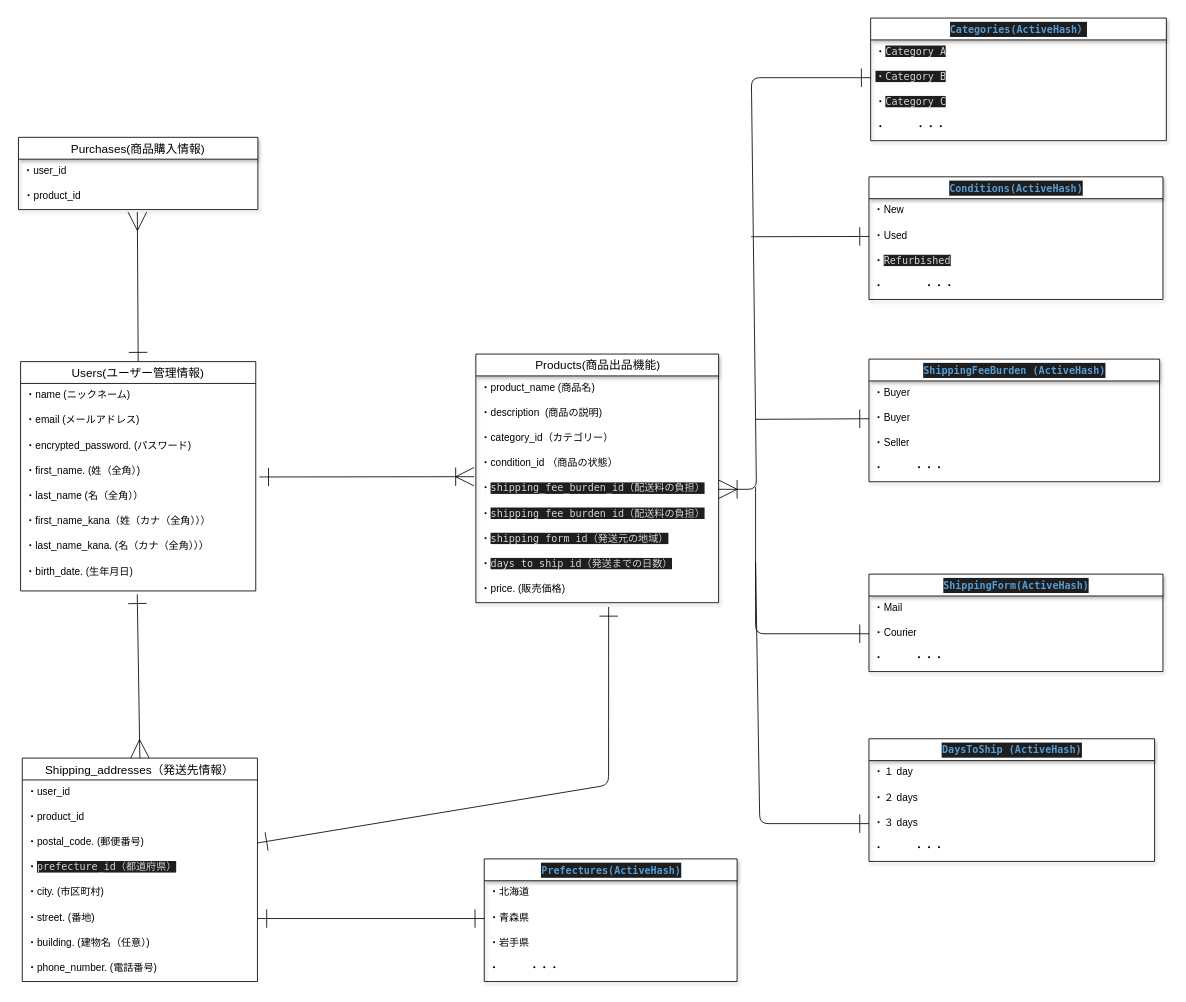
The draw.io diagram .dio in yoshi19841116/furima-39202, before the edit. Source tidied: cells renumbered, new cells numbered last; positions are measured from the earlier drawing's top-left corner, leaving out a move shared by most shapes. Both pictures are drawn from the tidied source at 84%, with x=0, y=0 at pixel (18, 18).
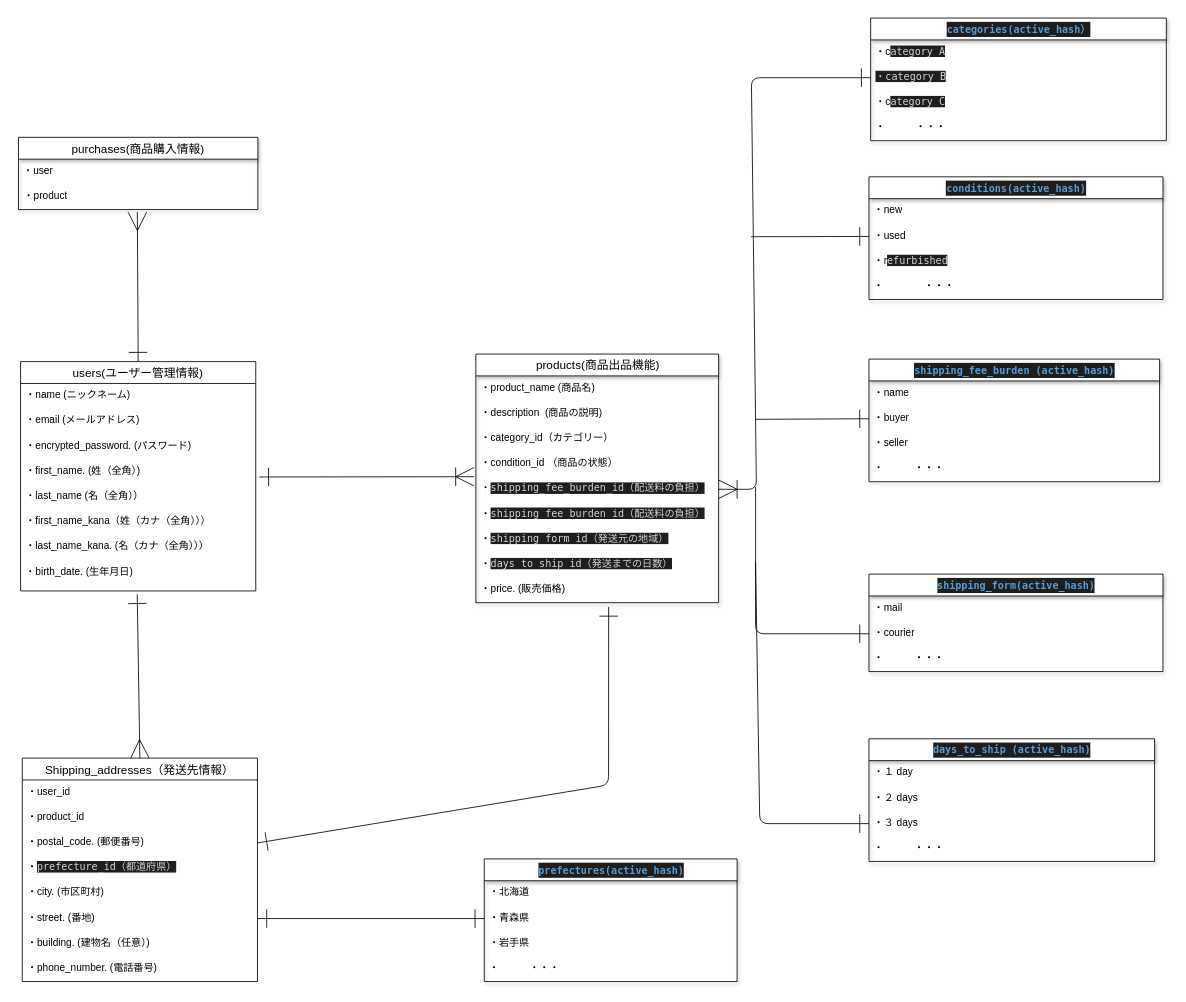
After the change.

Commit message (it also covers changes not shown here):
データベース設計の修正３

The edit, as a diff of the source:
```diff
@@
-    <mxCell id="3" value="Users(ユーザー管理情報)" style="swimlane;fontStyle=0;horizontal=1;startSize=26;align=center;fontSize=14;" parent="1" vertex="1">
+    <mxCell id="3" value="users(ユーザー管理情報)" style="swimlane;fontStyle=0;horizontal=1;startSize=26;align=center;fontSize=14;" parent="1" vertex="1">
       <mxGeometry x="2" y="409" width="280" height="273" as="geometry" />
     </mxCell>
@@
-    <mxCell id="12" value="Purchases(商品購入情報)" style="swimlane;fontStyle=0;horizontal=1;startSize=26;align=center;fontSize=14;shadow=1;" parent="1" vertex="1">
+    <mxCell id="12" value="purchases(商品購入情報)" style="swimlane;fontStyle=0;horizontal=1;startSize=26;align=center;fontSize=14;shadow=1;" parent="1" vertex="1">
       <mxGeometry x="-0.5" y="142" width="285" height="86" as="geometry" />
     </mxCell>
-    <mxCell id="13" value="・user_id  " style="text;strokeColor=none;fillColor=none;spacingLeft=4;spacingRight=4;overflow=hidden;fontSize=12;" parent="12" vertex="1">
+    <mxCell id="13" value="・user" style="text;strokeColor=none;fillColor=none;spacingLeft=4;spacingRight=4;overflow=hidden;fontSize=12;" parent="12" vertex="1">
       <mxGeometry y="26" width="285" height="30" as="geometry" />
     </mxCell>
-    <mxCell id="14" value="・product_id" style="text;strokeColor=none;fillColor=none;spacingLeft=4;spacingRight=4;overflow=hidden;fontSize=12;shadow=1;html=1;" parent="12" vertex="1">
+    <mxCell id="14" value="・product" style="text;strokeColor=none;fillColor=none;spacingLeft=4;spacingRight=4;overflow=hidden;fontSize=12;shadow=1;html=1;" parent="12" vertex="1">
       <mxGeometry y="56" width="285" height="30" as="geometry" />
     </mxCell>
@@
-    <mxCell id="26" value="Products(商品出品機能)" style="swimlane;fontStyle=0;horizontal=1;startSize=26;align=center;fontSize=14;shadow=1;html=1;" parent="1" vertex="1">
+    <mxCell id="26" value="products(商品出品機能)" style="swimlane;fontStyle=0;horizontal=1;startSize=26;align=center;fontSize=14;shadow=1;html=1;" parent="1" vertex="1">
       <mxGeometry x="544" y="400" width="289" height="296" as="geometry" />
     </mxCell>
@@
-    <mxCell id="36" value="&lt;div style=&quot;color: rgb(212, 212, 212); background-color: rgb(30, 30, 30); font-family: Menlo, Monaco, &amp;quot;Courier New&amp;quot;, monospace; font-size: 12px; line-height: 18px;&quot;&gt;&lt;span style=&quot;color: #569cd6;font-weight: bold;&quot;&gt;Categories(ActiveHash）&lt;/span&gt;&lt;/div&gt;" style="swimlane;fontStyle=0;horizontal=1;startSize=26;align=center;fontSize=14;shadow=1;html=1;" parent="1" vertex="1">
+    <mxCell id="36" value="&lt;div style=&quot;color: rgb(212, 212, 212); background-color: rgb(30, 30, 30); font-family: Menlo, Monaco, &amp;quot;Courier New&amp;quot;, monospace; font-size: 12px; line-height: 18px;&quot;&gt;&lt;span style=&quot;color: #569cd6;font-weight: bold;&quot;&gt;categories(active_hash）&lt;/span&gt;&lt;/div&gt;" style="swimlane;fontStyle=0;horizontal=1;startSize=26;align=center;fontSize=14;shadow=1;html=1;" parent="1" vertex="1">
       <mxGeometry x="1014" width="352" height="146" as="geometry" />
     </mxCell>
-    <mxCell id="37" value="・&lt;span style=&quot;background-color: rgb(30, 30, 30); color: rgb(212, 212, 212); font-family: Menlo, Monaco, &amp;quot;Courier New&amp;quot;, monospace;&quot;&gt;Category A&lt;/span&gt;" style="text;strokeColor=none;fillColor=none;spacingLeft=4;spacingRight=4;overflow=hidden;fontSize=12;shadow=1;html=1;" parent="36" vertex="1">
+    <mxCell id="37" value="・c&lt;span style=&quot;background-color: rgb(30, 30, 30); color: rgb(212, 212, 212); font-family: Menlo, Monaco, &amp;quot;Courier New&amp;quot;, monospace;&quot;&gt;ategory A&lt;/span&gt;" style="text;strokeColor=none;fillColor=none;spacingLeft=4;spacingRight=4;overflow=hidden;fontSize=12;shadow=1;html=1;" parent="36" vertex="1">
       <mxGeometry y="26" width="352" height="30" as="geometry" />
     </mxCell>
-    <mxCell id="38" value="&lt;span style=&quot;background-color: rgb(30, 30, 30); color: rgb(212, 212, 212); font-family: Menlo, Monaco, &amp;quot;Courier New&amp;quot;, monospace;&quot;&gt;・Category B&lt;/span&gt;" style="text;strokeColor=none;fillColor=none;spacingLeft=4;spacingRight=4;overflow=hidden;points=[[0,0.5],[1,0.5]];portConstraint=eastwest;fontSize=12;shadow=1;html=1;" parent="36" vertex="1">
+    <mxCell id="38" value="&lt;span style=&quot;background-color: rgb(30, 30, 30); color: rgb(212, 212, 212); font-family: Menlo, Monaco, &amp;quot;Courier New&amp;quot;, monospace;&quot;&gt;・category B&lt;/span&gt;" style="text;strokeColor=none;fillColor=none;spacingLeft=4;spacingRight=4;overflow=hidden;points=[[0,0.5],[1,0.5]];portConstraint=eastwest;fontSize=12;shadow=1;html=1;" parent="36" vertex="1">
       <mxGeometry y="56" width="352" height="30" as="geometry" />
     </mxCell>
-    <mxCell id="39" value="・&lt;span style=&quot;background-color: rgb(30, 30, 30); color: rgb(212, 212, 212); font-family: Menlo, Monaco, &amp;quot;Courier New&amp;quot;, monospace;&quot;&gt;Category C&lt;/span&gt;" style="text;strokeColor=none;fillColor=none;spacingLeft=4;spacingRight=4;overflow=hidden;fontSize=12;shadow=1;html=1;" parent="36" vertex="1">
+    <mxCell id="39" value="・c&lt;span style=&quot;background-color: rgb(30, 30, 30); color: rgb(212, 212, 212); font-family: Menlo, Monaco, &amp;quot;Courier New&amp;quot;, monospace;&quot;&gt;ategory C&lt;/span&gt;" style="text;strokeColor=none;fillColor=none;spacingLeft=4;spacingRight=4;overflow=hidden;fontSize=12;shadow=1;html=1;" parent="36" vertex="1">
       <mxGeometry y="86" width="352" height="30" as="geometry" />
     </mxCell>
@@
-    <mxCell id="41" value="&lt;div style=&quot;color: rgb(212, 212, 212); background-color: rgb(30, 30, 30); font-family: Menlo, Monaco, &amp;quot;Courier New&amp;quot;, monospace; font-size: 12px; line-height: 18px;&quot;&gt;&lt;span style=&quot;color: #569cd6;font-weight: bold;&quot;&gt;ShippingFeeBurden (ActiveHash)&lt;/span&gt;&lt;/div&gt;" style="swimlane;fontStyle=0;horizontal=1;startSize=26;align=center;fontSize=14;shadow=1;html=1;" parent="1" vertex="1">
+    <mxCell id="41" value="&lt;div style=&quot;color: rgb(212, 212, 212); background-color: rgb(30, 30, 30); font-family: Menlo, Monaco, &amp;quot;Courier New&amp;quot;, monospace; font-size: 12px; line-height: 18px;&quot;&gt;&lt;span style=&quot;color: #569cd6;font-weight: bold;&quot;&gt;shipping_fee_burden (active_hash)&lt;/span&gt;&lt;/div&gt;" style="swimlane;fontStyle=0;horizontal=1;startSize=26;align=center;fontSize=14;shadow=1;html=1;" parent="1" vertex="1">
       <mxGeometry x="1012" y="406" width="346" height="146" as="geometry" />
     </mxCell>
-    <mxCell id="42" value="・Buyer" style="text;strokeColor=none;fillColor=none;spacingLeft=4;spacingRight=4;overflow=hidden;fontSize=12;shadow=1;html=1;" parent="41" vertex="1">
+    <mxCell id="42" value="・name" style="text;strokeColor=none;fillColor=none;spacingLeft=4;spacingRight=4;overflow=hidden;fontSize=12;shadow=1;html=1;" parent="41" vertex="1">
       <mxGeometry y="26" width="346" height="30" as="geometry" />
     </mxCell>
-    <mxCell id="43" value="・Buyer" style="text;strokeColor=none;fillColor=none;spacingLeft=4;spacingRight=4;overflow=hidden;points=[[0,0.5],[1,0.5]];portConstraint=eastwest;fontSize=12;shadow=1;html=1;" parent="41" vertex="1">
+    <mxCell id="43" value="・buyer" style="text;strokeColor=none;fillColor=none;spacingLeft=4;spacingRight=4;overflow=hidden;points=[[0,0.5],[1,0.5]];portConstraint=eastwest;fontSize=12;shadow=1;html=1;" parent="41" vertex="1">
       <mxGeometry y="56" width="346" height="30" as="geometry" />
     </mxCell>
-    <mxCell id="44" value="・Seller" style="text;strokeColor=none;fillColor=none;spacingLeft=4;spacingRight=4;overflow=hidden;fontSize=12;shadow=1;html=1;" parent="41" vertex="1">
+    <mxCell id="44" value="・seller" style="text;strokeColor=none;fillColor=none;spacingLeft=4;spacingRight=4;overflow=hidden;fontSize=12;shadow=1;html=1;" parent="41" vertex="1">
       <mxGeometry y="86" width="346" height="30" as="geometry" />
     </mxCell>
@@
-    <mxCell id="46" value="&lt;div style=&quot;color: rgb(212, 212, 212); background-color: rgb(30, 30, 30); font-family: Menlo, Monaco, &amp;quot;Courier New&amp;quot;, monospace; font-size: 12px; line-height: 18px;&quot;&gt;&lt;span style=&quot;color: #569cd6;font-weight: bold;&quot;&gt;Conditions(ActiveHash)&lt;/span&gt;&lt;/div&gt;" style="swimlane;fontStyle=0;horizontal=1;startSize=26;align=center;fontSize=14;shadow=1;html=1;" parent="1" vertex="1">
+    <mxCell id="46" value="&lt;div style=&quot;color: rgb(212, 212, 212); background-color: rgb(30, 30, 30); font-family: Menlo, Monaco, &amp;quot;Courier New&amp;quot;, monospace; font-size: 12px; line-height: 18px;&quot;&gt;&lt;span style=&quot;color: #569cd6;font-weight: bold;&quot;&gt;conditions(active_hash)&lt;/span&gt;&lt;/div&gt;" style="swimlane;fontStyle=0;horizontal=1;startSize=26;align=center;fontSize=14;shadow=1;html=1;" parent="1" vertex="1">
       <mxGeometry x="1012" y="189" width="350" height="146" as="geometry" />
     </mxCell>
-    <mxCell id="47" value="・New" style="text;strokeColor=none;fillColor=none;spacingLeft=4;spacingRight=4;overflow=hidden;fontSize=12;shadow=1;html=1;" parent="46" vertex="1">
+    <mxCell id="47" value="・new" style="text;strokeColor=none;fillColor=none;spacingLeft=4;spacingRight=4;overflow=hidden;fontSize=12;shadow=1;html=1;" parent="46" vertex="1">
       <mxGeometry y="26" width="350" height="30" as="geometry" />
     </mxCell>
-    <mxCell id="48" value="・Used" style="text;strokeColor=none;fillColor=none;spacingLeft=4;spacingRight=4;overflow=hidden;points=[[0,0.5],[1,0.5]];portConstraint=eastwest;fontSize=12;shadow=1;html=1;" parent="46" vertex="1">
+    <mxCell id="48" value="・used" style="text;strokeColor=none;fillColor=none;spacingLeft=4;spacingRight=4;overflow=hidden;points=[[0,0.5],[1,0.5]];portConstraint=eastwest;fontSize=12;shadow=1;html=1;" parent="46" vertex="1">
       <mxGeometry y="56" width="350" height="30" as="geometry" />
     </mxCell>
-    <mxCell id="49" value="・&lt;span style=&quot;background-color: rgb(30, 30, 30); color: rgb(212, 212, 212); font-family: Menlo, Monaco, &amp;quot;Courier New&amp;quot;, monospace;&quot;&gt;Refurbished&lt;/span&gt;" style="text;strokeColor=none;fillColor=none;spacingLeft=4;spacingRight=4;overflow=hidden;fontSize=12;shadow=1;html=1;" parent="46" vertex="1">
+    <mxCell id="49" value="・r&lt;span style=&quot;background-color: rgb(30, 30, 30); color: rgb(212, 212, 212); font-family: Menlo, Monaco, &amp;quot;Courier New&amp;quot;, monospace;&quot;&gt;efurbished&lt;/span&gt;" style="text;strokeColor=none;fillColor=none;spacingLeft=4;spacingRight=4;overflow=hidden;fontSize=12;shadow=1;html=1;" parent="46" vertex="1">
       <mxGeometry y="86" width="350" height="30" as="geometry" />
     </mxCell>
@@
-    <mxCell id="51" value="&lt;div style=&quot;color: rgb(212, 212, 212); background-color: rgb(30, 30, 30); font-family: Menlo, Monaco, &amp;quot;Courier New&amp;quot;, monospace; font-size: 12px; line-height: 18px;&quot;&gt;&lt;span style=&quot;color: #569cd6;font-weight: bold;&quot;&gt;ShippingForm(ActiveHash)&lt;/span&gt;&lt;/div&gt;" style="swimlane;fontStyle=0;horizontal=1;startSize=26;align=center;fontSize=14;shadow=1;html=1;" parent="1" vertex="1">
+    <mxCell id="51" value="&lt;div style=&quot;color: rgb(212, 212, 212); background-color: rgb(30, 30, 30); font-family: Menlo, Monaco, &amp;quot;Courier New&amp;quot;, monospace; font-size: 12px; line-height: 18px;&quot;&gt;&lt;span style=&quot;color: #569cd6;font-weight: bold;&quot;&gt;shipping_form(active_hash)&lt;/span&gt;&lt;/div&gt;" style="swimlane;fontStyle=0;horizontal=1;startSize=26;align=center;fontSize=14;shadow=1;html=1;" parent="1" vertex="1">
       <mxGeometry x="1012" y="662" width="350" height="116" as="geometry" />
     </mxCell>
-    <mxCell id="52" value="・Mail" style="text;strokeColor=none;fillColor=none;spacingLeft=4;spacingRight=4;overflow=hidden;fontSize=12;shadow=1;html=1;" parent="51" vertex="1">
+    <mxCell id="52" value="・mail" style="text;strokeColor=none;fillColor=none;spacingLeft=4;spacingRight=4;overflow=hidden;fontSize=12;shadow=1;html=1;" parent="51" vertex="1">
       <mxGeometry y="26" width="350" height="30" as="geometry" />
     </mxCell>
-    <mxCell id="53" value="・Courier" style="text;strokeColor=none;fillColor=none;spacingLeft=4;spacingRight=4;overflow=hidden;points=[[0,0.5],[1,0.5]];portConstraint=eastwest;fontSize=12;shadow=1;html=1;" parent="51" vertex="1">
+    <mxCell id="53" value="・courier" style="text;strokeColor=none;fillColor=none;spacingLeft=4;spacingRight=4;overflow=hidden;points=[[0,0.5],[1,0.5]];portConstraint=eastwest;fontSize=12;shadow=1;html=1;" parent="51" vertex="1">
       <mxGeometry y="56" width="350" height="30" as="geometry" />
     </mxCell>
@@
-    <mxCell id="55" value="&lt;div style=&quot;color: rgb(212, 212, 212); background-color: rgb(30, 30, 30); font-family: Menlo, Monaco, &amp;quot;Courier New&amp;quot;, monospace; font-size: 12px; line-height: 18px;&quot;&gt;&lt;span style=&quot;color: #569cd6;font-weight: bold;&quot;&gt;DaysToShip (ActiveHash)&lt;/span&gt;&lt;/div&gt;" style="swimlane;fontStyle=0;horizontal=1;startSize=26;align=center;fontSize=14;shadow=1;html=1;" parent="1" vertex="1">
+    <mxCell id="55" value="&lt;div style=&quot;color: rgb(212, 212, 212); background-color: rgb(30, 30, 30); font-family: Menlo, Monaco, &amp;quot;Courier New&amp;quot;, monospace; font-size: 12px; line-height: 18px;&quot;&gt;&lt;span style=&quot;color: #569cd6;font-weight: bold;&quot;&gt;days_to_ship (active_hash)&lt;/span&gt;&lt;/div&gt;" style="swimlane;fontStyle=0;horizontal=1;startSize=26;align=center;fontSize=14;shadow=1;html=1;" parent="1" vertex="1">
       <mxGeometry x="1012" y="858" width="340" height="146" as="geometry" />
     </mxCell>
@@
-    <mxCell id="60" value="&lt;div style=&quot;color: rgb(212, 212, 212); background-color: rgb(30, 30, 30); font-family: Menlo, Monaco, &amp;quot;Courier New&amp;quot;, monospace; font-size: 12px; line-height: 18px;&quot;&gt;&lt;span style=&quot;color: #569cd6;font-weight: bold;&quot;&gt;Prefectures(ActiveHash)&lt;/span&gt;&lt;/div&gt;" style="swimlane;fontStyle=0;horizontal=1;startSize=26;align=center;fontSize=14;shadow=1;html=1;" parent="1" vertex="1">
+    <mxCell id="60" value="&lt;div style=&quot;color: rgb(212, 212, 212); background-color: rgb(30, 30, 30); font-family: Menlo, Monaco, &amp;quot;Courier New&amp;quot;, monospace; font-size: 12px; line-height: 18px;&quot;&gt;&lt;span style=&quot;color: #569cd6;font-weight: bold;&quot;&gt;prefectures(active_hash)&lt;/span&gt;&lt;/div&gt;" style="swimlane;fontStyle=0;horizontal=1;startSize=26;align=center;fontSize=14;shadow=1;html=1;" parent="1" vertex="1">
       <mxGeometry x="554" y="1001" width="301" height="146" as="geometry" />
     </mxCell>
```
